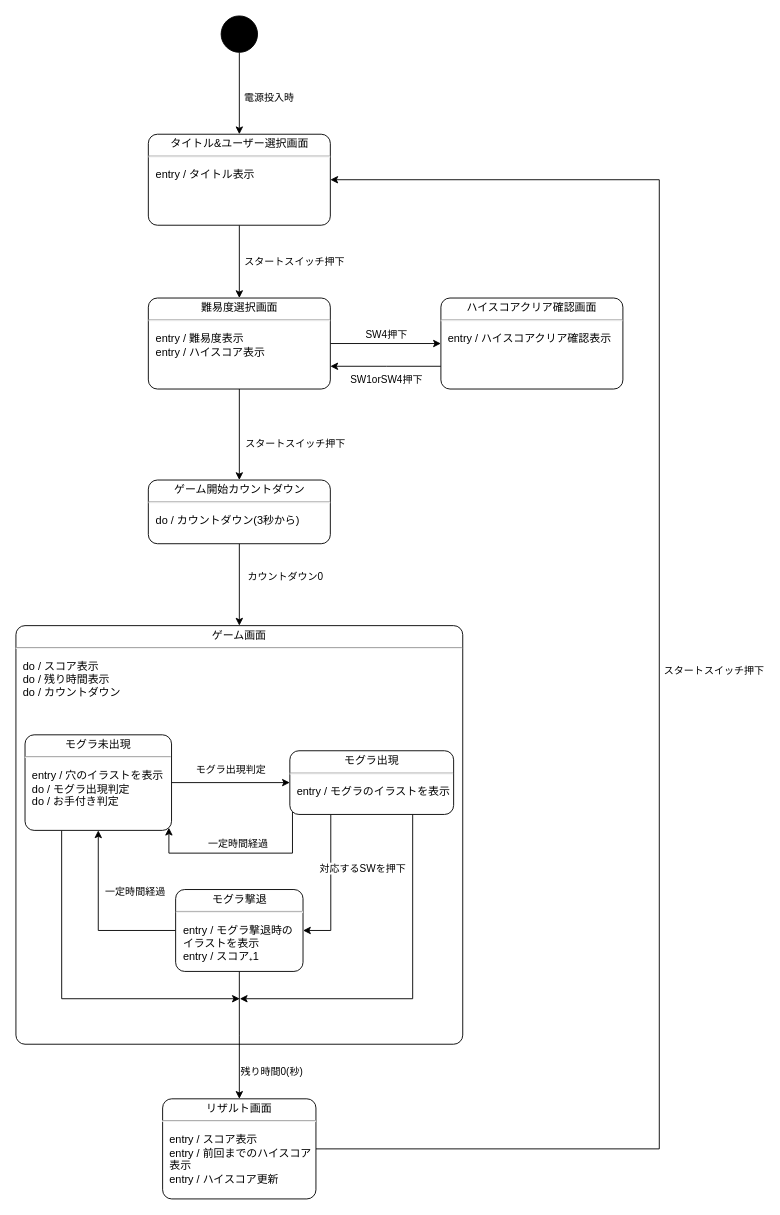
Before: 資料/設計書/モグラ叩き_状態遷移.drawio in hakohumi/comp.train.whack-a-mole, a draw.io diagram. Source tidied: cells renumbered, new cells numbered last; positions are measured from the earlier drawing's top-left corner, leaving out a move shared by most shapes. Both pictures are drawn from the tidied source at 91%, with x=0, y=0 at pixel (15, 15).
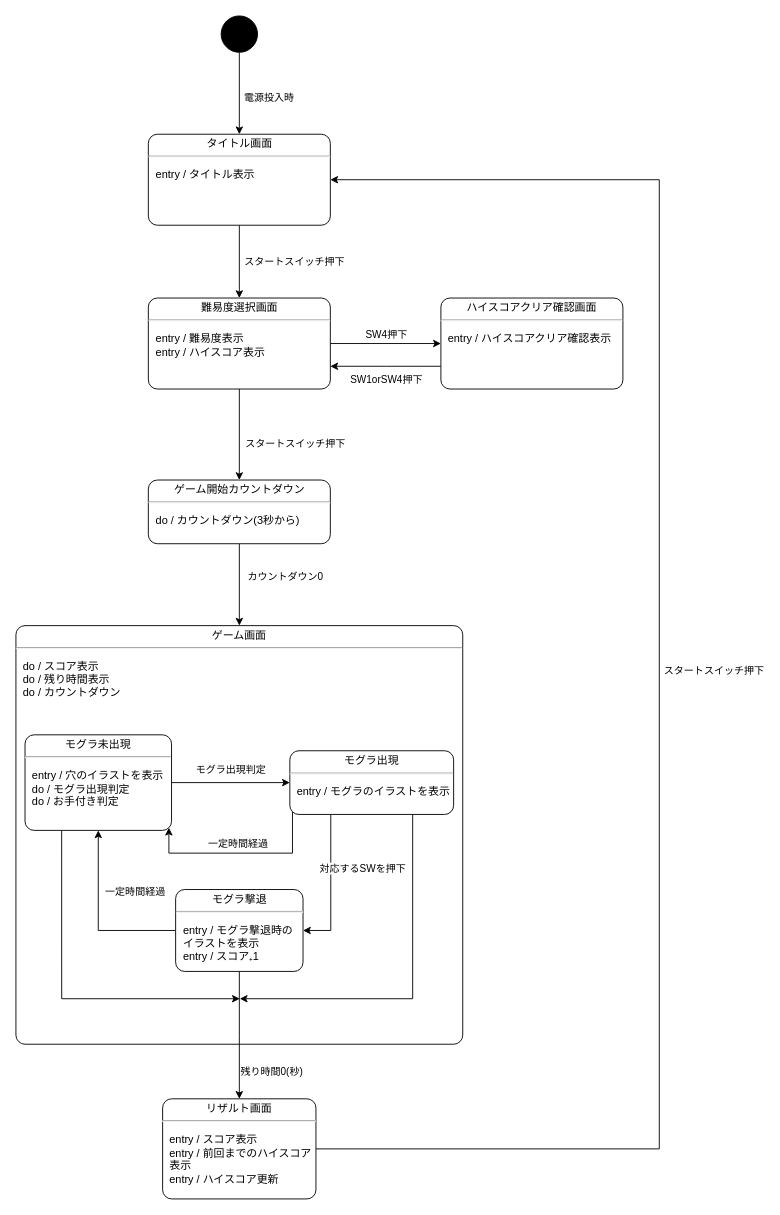
The same diagram, later.

Commit message:
状態遷移/タイトル画面かユーザー選択の記述を消す Fixes #50

Diff of the diagram source:
```diff
@@
-    <mxCell id="3" value="&lt;p style=&quot;margin: 0px ; margin-top: 4px ; text-align: center&quot;&gt;タイトル&amp;amp;ユーザー選択画面&lt;/p&gt;&lt;hr&gt;&lt;p&gt;&lt;/p&gt;&lt;p style=&quot;margin: 0px ; margin-left: 8px ; text-align: left&quot;&gt;entry / タイトル表示&lt;/p&gt;&lt;p style=&quot;margin: 0px ; margin-left: 8px ; text-align: left&quot;&gt;&lt;br&gt;&lt;/p&gt;" style="shape=mxgraph.sysml.simpleState;html=1;overflow=fill;whiteSpace=wrap;align=center;" parent="1" vertex="1">
+    <mxCell id="3" value="&lt;p style=&quot;margin: 0px ; margin-top: 4px ; text-align: center&quot;&gt;タイトル画面&lt;/p&gt;&lt;hr&gt;&lt;p&gt;&lt;/p&gt;&lt;p style=&quot;margin: 0px ; margin-left: 8px ; text-align: left&quot;&gt;entry / タイトル表示&lt;/p&gt;&lt;p style=&quot;margin: 0px ; margin-left: 8px ; text-align: left&quot;&gt;&lt;br&gt;&lt;/p&gt;" style="shape=mxgraph.sysml.simpleState;html=1;overflow=fill;whiteSpace=wrap;align=center;" parent="1" vertex="1">
       <mxGeometry x="145.5" y="130" width="200" height="100" as="geometry" />
     </mxCell>
```
